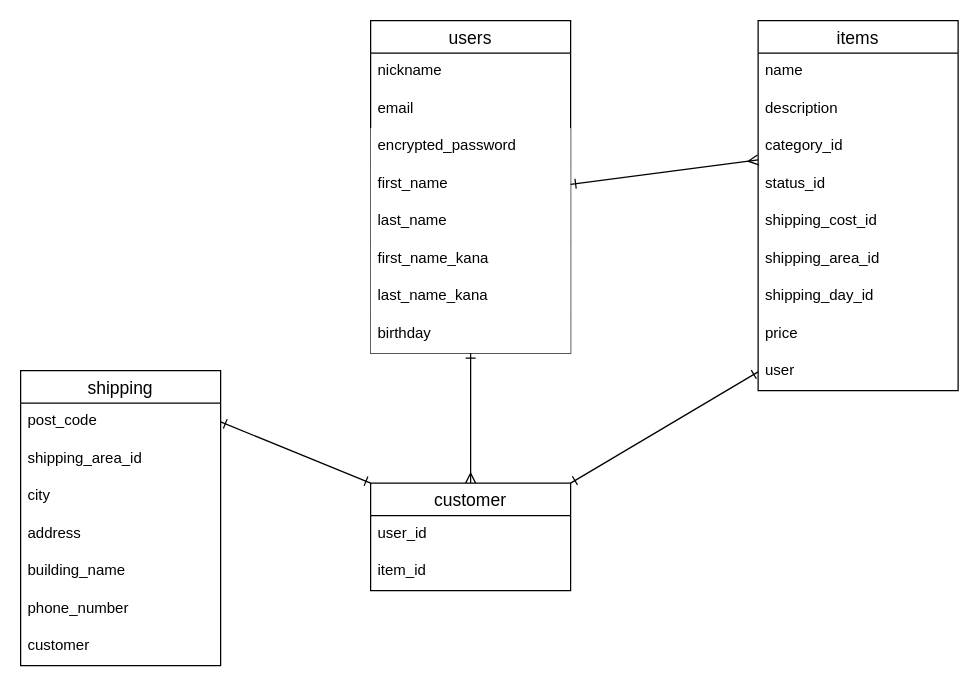
Before: ER.dio in 120-seto/furima-37773, a draw.io diagram. Source tidied: cells renumbered, new cells numbered last; positions are measured from the earlier drawing's top-left corner, leaving out a move shared by most shapes. Both pictures are drawn from the tidied source at 125%, with x=0, y=0 at pixel (20, 20).
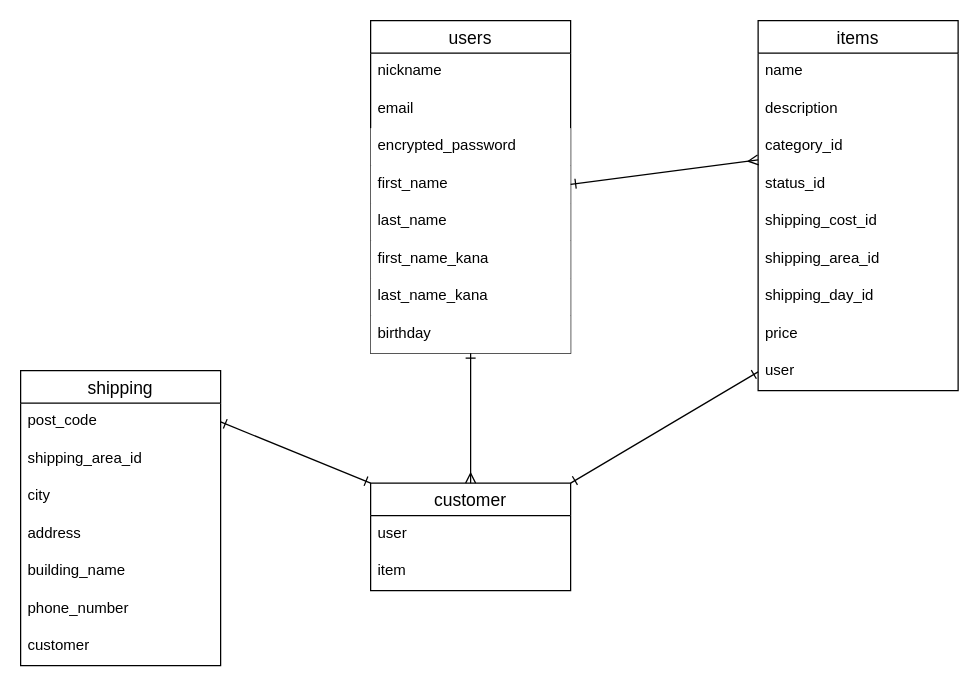
After the change.

Commit message (it also covers changes not shown here):
データベース設計-3

Unchanged cells that the change refers to:
```xml
<mxCell id="21" value="customer" style="swimlane;fontStyle=0;horizontal=1;startSize=26;align=center;fontSize=14;rounded=0;shadow=0;glass=0;labelBackgroundColor=none;labelBorderColor=none;sketch=0;fillColor=default;gradientColor=none;html=0;swimlaneFillColor=default;" parent="1" vertex="1">
  <mxGeometry x="280" y="370" width="160" height="86" as="geometry" />
</mxCell>
```

Change to the diagram source:
```diff
@@
-    <mxCell id="22" value="user_id" style="text;strokeColor=none;fillColor=none;spacingLeft=4;spacingRight=4;overflow=hidden;fontSize=12;rounded=0;shadow=0;glass=0;labelBackgroundColor=none;labelBorderColor=none;sketch=0;html=0;" parent="21" vertex="1">
+    <mxCell id="22" value="user" style="text;strokeColor=none;fillColor=none;spacingLeft=4;spacingRight=4;overflow=hidden;fontSize=12;rounded=0;shadow=0;glass=0;labelBackgroundColor=none;labelBorderColor=none;sketch=0;html=0;" parent="21" vertex="1">
       <mxGeometry y="26" width="160" height="30" as="geometry" />
     </mxCell>
-    <mxCell id="23" value="item_id" style="text;strokeColor=none;fillColor=none;spacingLeft=4;spacingRight=4;overflow=hidden;fontSize=12;rounded=0;shadow=0;glass=0;labelBackgroundColor=none;labelBorderColor=none;sketch=0;html=0;" parent="21" vertex="1">
+    <mxCell id="23" value="item" style="text;strokeColor=none;fillColor=none;spacingLeft=4;spacingRight=4;overflow=hidden;fontSize=12;rounded=0;shadow=0;glass=0;labelBackgroundColor=none;labelBorderColor=none;sketch=0;html=0;" parent="21" vertex="1">
       <mxGeometry y="56" width="160" height="30" as="geometry" />
     </mxCell>
```
